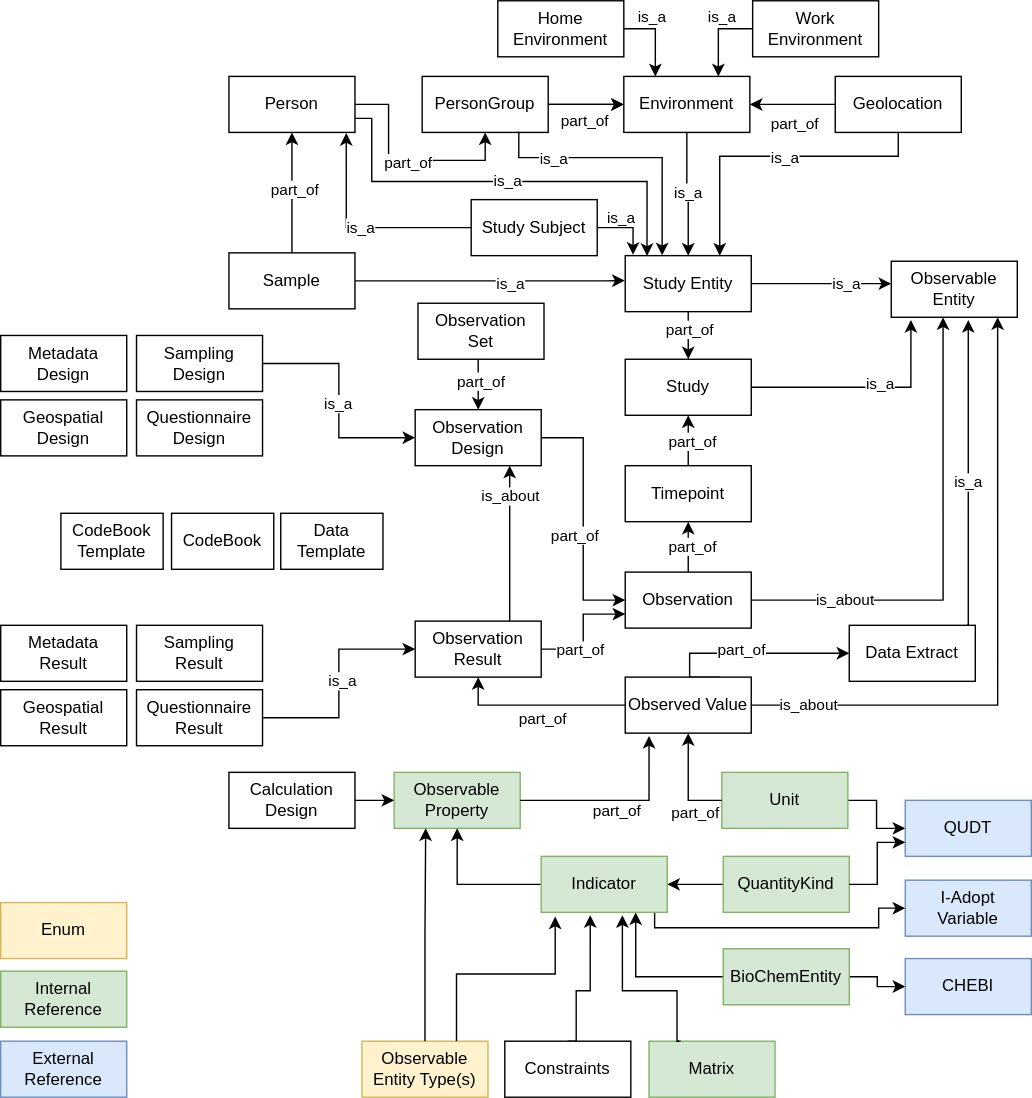
Above: diagrams/PEH Entities Overview.svg in GertjanBisschop/parco-hbm (draw.io), before the change. Source tidied: cells renumbered, new cells last; positions are measured from the earlier drawing's top-left corner, leaving out a move shared by most shapes.
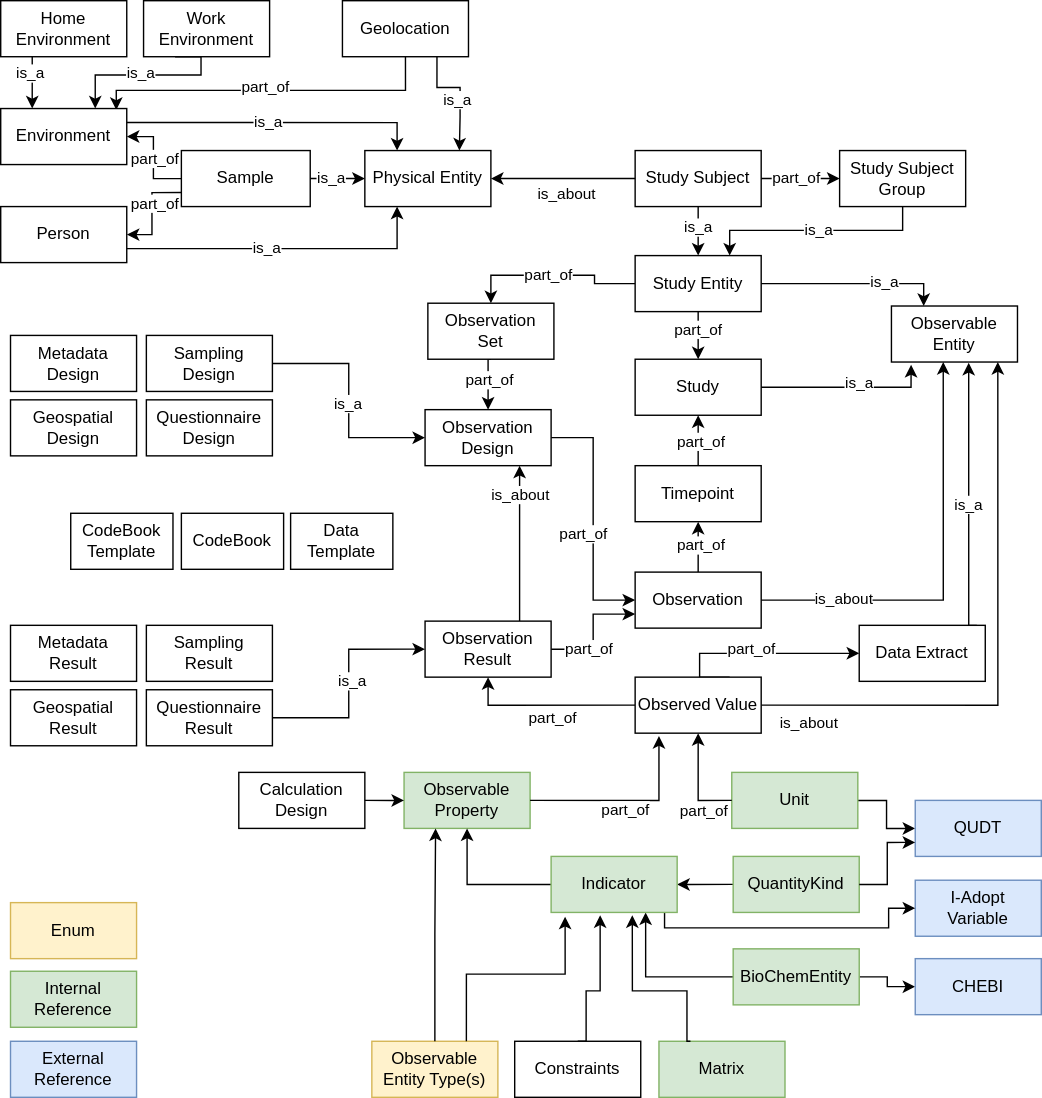
After the change.

Diff of the diagram source:
```diff
@@ -22,4 +22,9 @@
     </mxCell>
-    <mxCell id="8" style="edgeStyle=orthogonalEdgeStyle;rounded=0;jettySize=auto;html=1;entryX=1;entryY=0.5;entryDx=0;entryDy=0;exitX=0;exitY=0.5;exitDx=0;exitDy=0;" parent="1" edge="1" source="12" target="19">
-      <mxGeometry relative="1" as="geometry" />
+    <mxCell id="8" style="edgeStyle=orthogonalEdgeStyle;rounded=0;jettySize=auto;html=1;entryX=0.917;entryY=0.025;entryDx=0;entryDy=0;exitX=0.5;exitY=1;exitDx=0;exitDy=0;entryPerimeter=0;" parent="1" edge="1" source="12" target="19">
+      <mxGeometry relative="1" as="geometry">
+        <Array as="points">
+          <mxPoint x="282" y="64" />
+          <mxPoint x="76" y="64" />
+        </Array>
+      </mxGeometry>
     </mxCell>
@@ -27,10 +32,11 @@
       <mxGeometry x="0.07" y="-3" relative="1" as="geometry">
-        <mxPoint x="3" y="16" as="offset" />
+        <mxPoint x="7" y="1" as="offset" />
       </mxGeometry>
     </mxCell>
-    <mxCell id="10" style="edgeStyle=orthogonalEdgeStyle;rounded=0;jettySize=auto;html=1;entryX=0.75;entryY=0;entryDx=0;entryDy=0;exitX=0.5;exitY=1;exitDx=0;exitDy=0;" parent="1" edge="1" source="12" target="82">
+    <mxCell id="10" style="edgeStyle=orthogonalEdgeStyle;rounded=0;jettySize=auto;html=1;entryX=0.75;entryY=0;entryDx=0;entryDy=0;exitX=0.75;exitY=1;exitDx=0;exitDy=0;" parent="1" edge="1" source="12" target="130">
       <mxGeometry relative="1" as="geometry">
         <Array as="points">
-          <mxPoint x="641" y="111" />
-          <mxPoint x="514" y="111" />
+          <mxPoint x="304" y="62" />
+          <mxPoint x="321" y="62" />
+          <mxPoint x="321" y="83" />
         </Array>
@@ -39,15 +45,31 @@
     <mxCell id="11" value="is_a" style="edgeLabel;html=1;align=center;verticalAlign=middle;" parent="10" vertex="1">
-      <mxGeometry x="-0.09" relative="1" as="geometry" />
+      <mxGeometry x="-0.09" relative="1" as="geometry">
+        <mxPoint x="-2" y="9" as="offset" />
+      </mxGeometry>
     </mxCell>
     <mxCell id="12" value="Geolocation" style="rounded=0;whiteSpace=wrap;html=1;" parent="1" vertex="1">
-      <mxGeometry x="596" y="54" width="90" height="40" as="geometry" />
+      <mxGeometry x="237" width="90" height="40" as="geometry" />
     </mxCell>
-    <mxCell id="13" style="edgeStyle=orthogonalEdgeStyle;rounded=0;jettySize=auto;html=1;" parent="1" edge="1" source="14" target="19">
-      <mxGeometry relative="1" as="geometry" />
-    </mxCell>
+    <mxCell id="69" style="edgeStyle=orthogonalEdgeStyle;rounded=0;jettySize=auto;html=1;entryX=0.75;entryY=0;entryDx=0;entryDy=0;" parent="1" edge="1" source="14" target="82">
+      <mxGeometry relative="1" as="geometry">
+        <Array as="points">
+          <mxPoint x="637" y="164" />
+          <mxPoint x="514" y="164" />
+        </Array>
+      </mxGeometry>
+    </mxCell>
+    <mxCell id="121" value="is_a" style="edgeLabel;html=1;align=center;verticalAlign=middle;" parent="69" vertex="1">
+      <mxGeometry x="-0.02" relative="1" as="geometry" />
+    </mxCell>
-    <mxCell id="14" value="PersonGroup" style="rounded=0;whiteSpace=wrap;html=1;" parent="1" vertex="1">
-      <mxGeometry x="301" y="54" width="90" height="40" as="geometry" />
+    <mxCell id="14" value="Study Subject Group" style="rounded=0;whiteSpace=wrap;html=1;" parent="1" vertex="1">
+      <mxGeometry x="592" y="107" width="90" height="40" as="geometry" />
     </mxCell>
-    <mxCell id="15" style="edgeStyle=orthogonalEdgeStyle;rounded=0;jettySize=auto;html=1;entryX=0.75;entryY=0;entryDx=0;entryDy=0;exitX=0;exitY=0.5;exitDx=0;exitDy=0;" parent="1" edge="1" source="17" target="19">
-      <mxGeometry relative="1" as="geometry" />
+    <mxCell id="15" style="edgeStyle=orthogonalEdgeStyle;rounded=0;jettySize=auto;html=1;entryX=0.75;entryY=0;entryDx=0;entryDy=0;exitX=0.25;exitY=1;exitDx=0;exitDy=0;" parent="1" edge="1" source="17" target="19">
+      <mxGeometry relative="1" as="geometry">
+        <Array as="points">
+          <mxPoint x="136" y="40" />
+          <mxPoint x="136" y="53" />
+          <mxPoint x="60" y="53" />
+        </Array>
+      </mxGeometry>
     </mxCell>
@@ -55,3 +77,3 @@
       <mxGeometry x="-0.15" y="-2" relative="1" as="geometry">
-        <mxPoint x="4" y="-9" as="offset" />
+        <mxPoint x="-19" y="1" as="offset" />
       </mxGeometry>
@@ -59,18 +81,12 @@
     <mxCell id="17" value="Work Environment" style="rounded=0;whiteSpace=wrap;html=1;" parent="1" vertex="1">
-      <mxGeometry x="537" width="90" height="40" as="geometry" />
+      <mxGeometry x="95" width="90" height="40" as="geometry" />
     </mxCell>
     <mxCell id="18" value="Home Environment" style="rounded=0;whiteSpace=wrap;html=1;" parent="1" vertex="1">
-      <mxGeometry x="355" width="90" height="40" as="geometry" />
+      <mxGeometry x="-7" width="90" height="40" as="geometry" />
     </mxCell>
     <mxCell id="19" value="Environment" style="rounded=0;whiteSpace=wrap;html=1;" parent="1" vertex="1">
-      <mxGeometry x="445" y="54" width="90" height="40" as="geometry" />
+      <mxGeometry x="-7" y="77" width="90" height="40" as="geometry" />
     </mxCell>
-    <mxCell id="20" style="edgeStyle=orthogonalEdgeStyle;rounded=0;jettySize=auto;html=1;entryX=0.5;entryY=1;entryDx=0;entryDy=0;" parent="1" edge="1" source="22" target="14">
-      <mxGeometry relative="1" as="geometry" />
-    </mxCell>
-    <mxCell id="21" value="part_of" style="edgeLabel;html=1;align=center;verticalAlign=middle;" parent="20" vertex="1">
-      <mxGeometry y="-1" relative="1" as="geometry" />
-    </mxCell>
     <mxCell id="22" value="Person" style="rounded=0;whiteSpace=wrap;html=1;" parent="1" vertex="1">
-      <mxGeometry x="163" y="54" width="90" height="40" as="geometry" />
+      <mxGeometry x="-7" y="147" width="90" height="40" as="geometry" />
     </mxCell>
@@ -120,3 +136,3 @@
         <Array as="points">
-          <mxPoint x="712" y="503" />
+          <mxPoint x="705" y="503" />
         </Array>
@@ -156,14 +172,3 @@
     </mxCell>
-    <mxCell id="46" style="edgeStyle=orthogonalEdgeStyle;rounded=0;jettySize=auto;html=1;exitX=0;exitY=0.5;exitDx=0;exitDy=0;entryX=0.931;entryY=1.01;entryDx=0;entryDy=0;entryPerimeter=0;" parent="1" edge="1" source="50" target="22">
-      <mxGeometry relative="1" as="geometry">
-        <Array as="points">
-          <mxPoint x="247" y="162" />
-          <mxPoint x="247" y="94" />
-        </Array>
-      </mxGeometry>
-    </mxCell>
-    <mxCell id="47" value="is_a" style="edgeLabel;html=1;align=center;verticalAlign=middle;" parent="46" vertex="1">
-      <mxGeometry x="0.02" y="-1" relative="1" as="geometry" />
-    </mxCell>
-    <mxCell id="48" style="edgeStyle=orthogonalEdgeStyle;rounded=0;jettySize=auto;html=1;entryX=0.062;entryY=-0.015;entryDx=0;entryDy=0;entryPerimeter=0;" parent="1" edge="1" source="50" target="82">
+    <mxCell id="48" style="edgeStyle=orthogonalEdgeStyle;rounded=0;jettySize=auto;html=1;entryX=0.5;entryY=0;entryDx=0;entryDy=0;" parent="1" edge="1" source="50" target="82">
       <mxGeometry relative="1" as="geometry" />
@@ -172,3 +177,3 @@
       <mxGeometry relative="1" as="geometry">
-        <mxPoint x="-7" y="-8" as="offset" />
+        <mxPoint y="-3" as="offset" />
       </mxGeometry>
@@ -176,3 +181,3 @@
     <mxCell id="50" value="Study Subject" style="rounded=0;whiteSpace=wrap;html=1;" parent="1" vertex="1">
-      <mxGeometry x="336" y="142" width="90" height="40" as="geometry" />
+      <mxGeometry x="446" y="107" width="90" height="40" as="geometry" />
     </mxCell>
@@ -196,3 +201,3 @@
     <mxCell id="55" value="Observable Entity" style="rounded=0;whiteSpace=wrap;html=1;" parent="1" vertex="1">
-      <mxGeometry x="636" y="186" width="90" height="40" as="geometry" />
+      <mxGeometry x="629" y="218" width="90" height="40" as="geometry" />
     </mxCell>
@@ -239,12 +244,9 @@
     </mxCell>
-    <mxCell id="65" style="edgeStyle=orthogonalEdgeStyle;rounded=0;jettySize=auto;html=1;exitX=1;exitY=0.5;exitDx=0;exitDy=0;entryX=0;entryY=0.5;entryDx=0;entryDy=0;" parent="1" edge="1" source="14" target="19">
-      <mxGeometry relative="1" as="geometry" />
-    </mxCell>
-    <mxCell id="66" value="part_of" style="edgeLabel;html=1;align=center;verticalAlign=middle;" parent="65" vertex="1">
-      <mxGeometry x="0.07" y="-3" relative="1" as="geometry">
-        <mxPoint x="-4" y="8" as="offset" />
-      </mxGeometry>
-    </mxCell>
-    <mxCell id="67" style="edgeStyle=orthogonalEdgeStyle;rounded=0;jettySize=auto;html=1;entryX=0.25;entryY=0;entryDx=0;entryDy=0;exitX=1;exitY=0.5;exitDx=0;exitDy=0;" parent="1" edge="1" source="18" target="19">
-      <mxGeometry relative="1" as="geometry" />
+    <mxCell id="67" style="edgeStyle=orthogonalEdgeStyle;rounded=0;jettySize=auto;html=1;entryX=0.25;entryY=0;entryDx=0;entryDy=0;exitX=0.25;exitY=1;exitDx=0;exitDy=0;" parent="1" edge="1" source="18" target="19">
+      <mxGeometry relative="1" as="geometry">
+        <Array as="points">
+          <mxPoint x="16" y="48" />
+          <mxPoint x="16" y="60" />
+        </Array>
+      </mxGeometry>
     </mxCell>
@@ -252,17 +254,5 @@
       <mxGeometry x="0.02" y="-1" relative="1" as="geometry">
-        <mxPoint x="-2" y="-15" as="offset" />
+        <mxPoint x="-1" y="-7" as="offset" />
       </mxGeometry>
     </mxCell>
-    <mxCell id="69" style="edgeStyle=orthogonalEdgeStyle;rounded=0;jettySize=auto;html=1;entryX=0.293;entryY=-0.005;entryDx=0;entryDy=0;entryPerimeter=0;exitX=0.75;exitY=1;exitDx=0;exitDy=0;" parent="1" edge="1" source="14" target="82">
-      <mxGeometry relative="1" as="geometry">
-        <Array as="points">
-          <mxPoint x="370" y="94" />
-          <mxPoint x="370" y="112" />
-          <mxPoint x="472" y="112" />
-        </Array>
-      </mxGeometry>
-    </mxCell>
-    <mxCell id="70" value="is_a" style="edgeLabel;html=1;align=center;verticalAlign=middle;" parent="69" vertex="1">
-      <mxGeometry x="-0.54" relative="1" as="geometry" />
-    </mxCell>
     <mxCell id="71" value="Data Extract" style="rounded=0;whiteSpace=wrap;html=1;" parent="1" vertex="1">
@@ -301,25 +291,16 @@
     </mxCell>
-    <mxCell id="78" style="edgeStyle=orthogonalEdgeStyle;rounded=0;jettySize=auto;html=1;entryX=1;entryY=0.5;entryDx=0;entryDy=0;startArrow=classic;startFill=1;endArrow=none;endFill=0;exitX=-0.004;exitY=0.445;exitDx=0;exitDy=0;exitPerimeter=0;" parent="1" edge="1" source="82" target="111">
-      <mxGeometry relative="1" as="geometry">
-        <Array as="points">
-          <mxPoint x="432" y="200" />
-          <mxPoint x="253" y="199" />
-        </Array>
-      </mxGeometry>
-    </mxCell>
-    <mxCell id="79" value="is_a" style="edgeLabel;html=1;align=center;verticalAlign=middle;" parent="78" vertex="1">
-      <mxGeometry x="-0.15" y="1" relative="1" as="geometry" />
-    </mxCell>
-    <mxCell id="80" style="edgeStyle=orthogonalEdgeStyle;rounded=0;jettySize=auto;html=1;exitX=0.173;exitY=0.005;exitDx=0;exitDy=0;entryX=1;entryY=0.75;entryDx=0;entryDy=0;startArrow=classic;startFill=1;endArrow=none;endFill=0;exitPerimeter=0;" parent="1" edge="1" source="82" target="22">
-      <mxGeometry relative="1" as="geometry">
-        <Array as="points">
-          <mxPoint x="462" y="129" />
-          <mxPoint x="265" y="129" />
-          <mxPoint x="265" y="84" />
-        </Array>
-      </mxGeometry>
-    </mxCell>
-    <mxCell id="81" value="is_a" style="edgeLabel;html=1;align=center;verticalAlign=middle;" parent="80" vertex="1">
-      <mxGeometry x="-0.01" y="-1" relative="1" as="geometry" />
-    </mxCell>
+    <mxCell id="122" style="edgeStyle=orthogonalEdgeStyle;rounded=0;jettySize=auto;html=1;entryX=0;entryY=0.5;entryDx=0;entryDy=0;exitX=1;exitY=0.5;exitDx=0;exitDy=0;" parent="1" edge="1" source="50" target="14">
+      <mxGeometry relative="1" as="geometry" />
+    </mxCell>
+    <mxCell id="123" value="part_of" style="edgeLabel;html=1;align=center;verticalAlign=middle;" parent="122" vertex="1">
+      <mxGeometry x="0.04" y="1" relative="1" as="geometry">
+        <mxPoint x="-4" y="1" as="offset" />
+      </mxGeometry>
+    </mxCell>
+    <mxCell id="124" style="edgeStyle=orthogonalEdgeStyle;rounded=0;jettySize=auto;html=1;entryX=0.5;entryY=0;entryDx=0;entryDy=0;" parent="1" edge="1" source="82" target="119">
+      <mxGeometry relative="1" as="geometry" />
+    </mxCell>
+    <mxCell id="125" value="part_of" style="edgeLabel;html=1;align=center;verticalAlign=middle;" parent="124" vertex="1">
+      <mxGeometry x="0.05" relative="1" as="geometry" />
+    </mxCell>
     <mxCell id="82" value="Study Entity" style="rounded=0;whiteSpace=wrap;html=1;" parent="1" vertex="1">
@@ -337,6 +318,6 @@
     </mxCell>
-    <mxCell id="85" style="edgeStyle=orthogonalEdgeStyle;rounded=0;jettySize=auto;html=1;entryX=0.611;entryY=1.05;entryDx=0;entryDy=0;exitX=0.933;exitY=0;exitDx=0;exitDy=0;exitPerimeter=0;entryPerimeter=0;" parent="1" edge="1" source="71" target="55">
+    <mxCell id="85" style="edgeStyle=orthogonalEdgeStyle;rounded=0;jettySize=auto;html=1;entryX=0.613;entryY=1.014;entryDx=0;entryDy=0;exitX=0.933;exitY=0;exitDx=0;exitDy=0;exitPerimeter=0;entryPerimeter=0;" parent="1" edge="1" source="71" target="55">
       <mxGeometry relative="1" as="geometry">
         <Array as="points">
-          <mxPoint x="691" y="446" />
+          <mxPoint x="684" y="446" />
         </Array>
@@ -350,3 +331,3 @@
         <Array as="points">
-          <mxPoint x="650" y="276" />
+          <mxPoint x="643" y="276" />
         </Array>
@@ -429,13 +410,41 @@
     </mxCell>
-    <mxCell id="109" style="edgeStyle=orthogonalEdgeStyle;rounded=0;jettySize=auto;html=1;entryX=0.5;entryY=1;entryDx=0;entryDy=0;" parent="1" edge="1" source="111" target="22">
-      <mxGeometry relative="1" as="geometry" />
+    <mxCell id="109" style="edgeStyle=orthogonalEdgeStyle;rounded=0;jettySize=auto;html=1;entryX=1;entryY=0.5;entryDx=0;entryDy=0;exitX=0;exitY=0.75;exitDx=0;exitDy=0;" parent="1" edge="1" source="111" target="22">
+      <mxGeometry relative="1" as="geometry">
+        <Array as="points">
+          <mxPoint x="101" y="137" />
+          <mxPoint x="101" y="167" />
+        </Array>
+      </mxGeometry>
     </mxCell>
     <mxCell id="110" value="part_of" style="edgeLabel;html=1;align=center;verticalAlign=middle;" parent="109" vertex="1">
-      <mxGeometry x="0.08" y="-1" relative="1" as="geometry" />
+      <mxGeometry x="0.08" y="-1" relative="1" as="geometry">
+        <mxPoint x="3" y="-8" as="offset" />
+      </mxGeometry>
     </mxCell>
+    <mxCell id="126" style="edgeStyle=orthogonalEdgeStyle;rounded=0;jettySize=auto;html=1;" parent="1" edge="1" source="111" target="19">
+      <mxGeometry relative="1" as="geometry" />
+    </mxCell>
+    <mxCell id="127" value="part_of" style="edgeLabel;html=1;align=center;verticalAlign=middle;" parent="126" vertex="1">
+      <mxGeometry x="0.45" y="1" relative="1" as="geometry">
+        <mxPoint y="15" as="offset" />
+      </mxGeometry>
+    </mxCell>
+    <mxCell id="128" style="edgeStyle=orthogonalEdgeStyle;rounded=0;jettySize=auto;html=1;entryX=0;entryY=0.5;entryDx=0;entryDy=0;exitX=1;exitY=0.5;exitDx=0;exitDy=0;" parent="1" edge="1" source="111" target="130">
+      <mxGeometry relative="1" as="geometry" />
+    </mxCell>
+    <mxCell id="129" value="is_a" style="edgeLabel;html=1;align=center;verticalAlign=middle;" parent="128" vertex="1">
+      <mxGeometry x="0.46" relative="1" as="geometry">
+        <mxPoint x="-14" as="offset" />
+      </mxGeometry>
+    </mxCell>
     <mxCell id="111" value="Sample" style="rounded=0;whiteSpace=wrap;html=1;" parent="1" vertex="1">
-      <mxGeometry x="163" y="180" width="90" height="40" as="geometry" />
+      <mxGeometry x="122" y="107" width="92" height="40" as="geometry" />
     </mxCell>
-    <mxCell id="112" style="edgeStyle=orthogonalEdgeStyle;rounded=0;jettySize=auto;html=1;entryX=0.5;entryY=0;entryDx=0;entryDy=0;" parent="1" edge="1" source="19" target="82">
-      <mxGeometry relative="1" as="geometry" />
+    <mxCell id="112" style="edgeStyle=orthogonalEdgeStyle;rounded=0;jettySize=auto;html=1;entryX=0.25;entryY=0;entryDx=0;entryDy=0;exitX=1;exitY=0.25;exitDx=0;exitDy=0;" parent="1" edge="1" source="19" target="130">
+      <mxGeometry relative="1" as="geometry">
+        <Array as="points">
+          <mxPoint x="276" y="87" />
+          <mxPoint x="276" y="107" />
+        </Array>
+      </mxGeometry>
     </mxCell>
@@ -465,2 +474,26 @@
     </mxCell>
+    <mxCell id="130" value="Physical Entity" style="rounded=0;whiteSpace=wrap;html=1;" parent="1" vertex="1">
+      <mxGeometry x="253" y="107" width="90" height="40" as="geometry" />
+    </mxCell>
+    <mxCell id="131" style="edgeStyle=orthogonalEdgeStyle;rounded=0;jettySize=auto;html=1;entryX=0.25;entryY=1;entryDx=0;entryDy=0;exitX=1;exitY=0.75;exitDx=0;exitDy=0;" parent="1" edge="1" source="22" target="130">
+      <mxGeometry relative="1" as="geometry">
+        <Array as="points">
+          <mxPoint x="276" y="177" />
+          <mxPoint x="276" y="147" />
+        </Array>
+      </mxGeometry>
+    </mxCell>
+    <mxCell id="132" value="is_a" style="edgeLabel;html=1;align=center;verticalAlign=middle;" parent="131" vertex="1">
+      <mxGeometry x="-0.23" y="-4" relative="1" as="geometry">
+        <mxPoint x="14" y="-4" as="offset" />
+      </mxGeometry>
+    </mxCell>
+    <mxCell id="133" style="edgeStyle=orthogonalEdgeStyle;rounded=0;jettySize=auto;html=1;entryX=0;entryY=0.5;entryDx=0;entryDy=0;endArrow=none;endFill=0;startArrow=classic;startFill=1;" parent="1" edge="1" source="130" target="50">
+      <mxGeometry relative="1" as="geometry" />
+    </mxCell>
+    <mxCell id="134" value="is_about" style="edgeLabel;html=1;align=center;verticalAlign=middle;" parent="133" vertex="1">
+      <mxGeometry x="0.04" y="1" relative="1" as="geometry">
+        <mxPoint x="1" y="12" as="offset" />
+      </mxGeometry>
+    </mxCell>
   </root>
```
